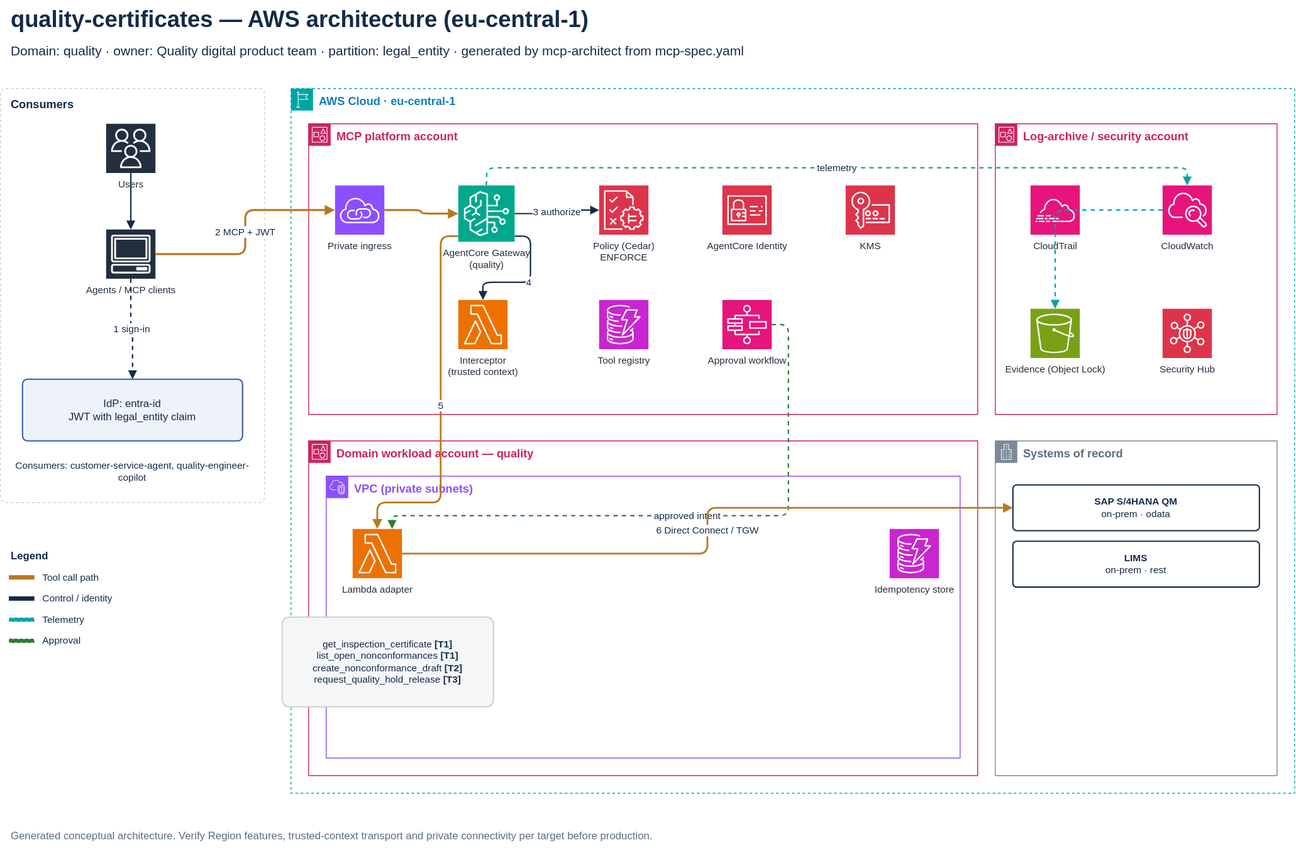
The draw.io diagram examples/industrial-quality-certificates/architecture.svg in KBoudich/agentcore-mcp-governance, before a commit. Source tidied: cells renumbered, new cells last; positions are measured from the earlier drawing's top-left corner, leaving out a move shared by most shapes.
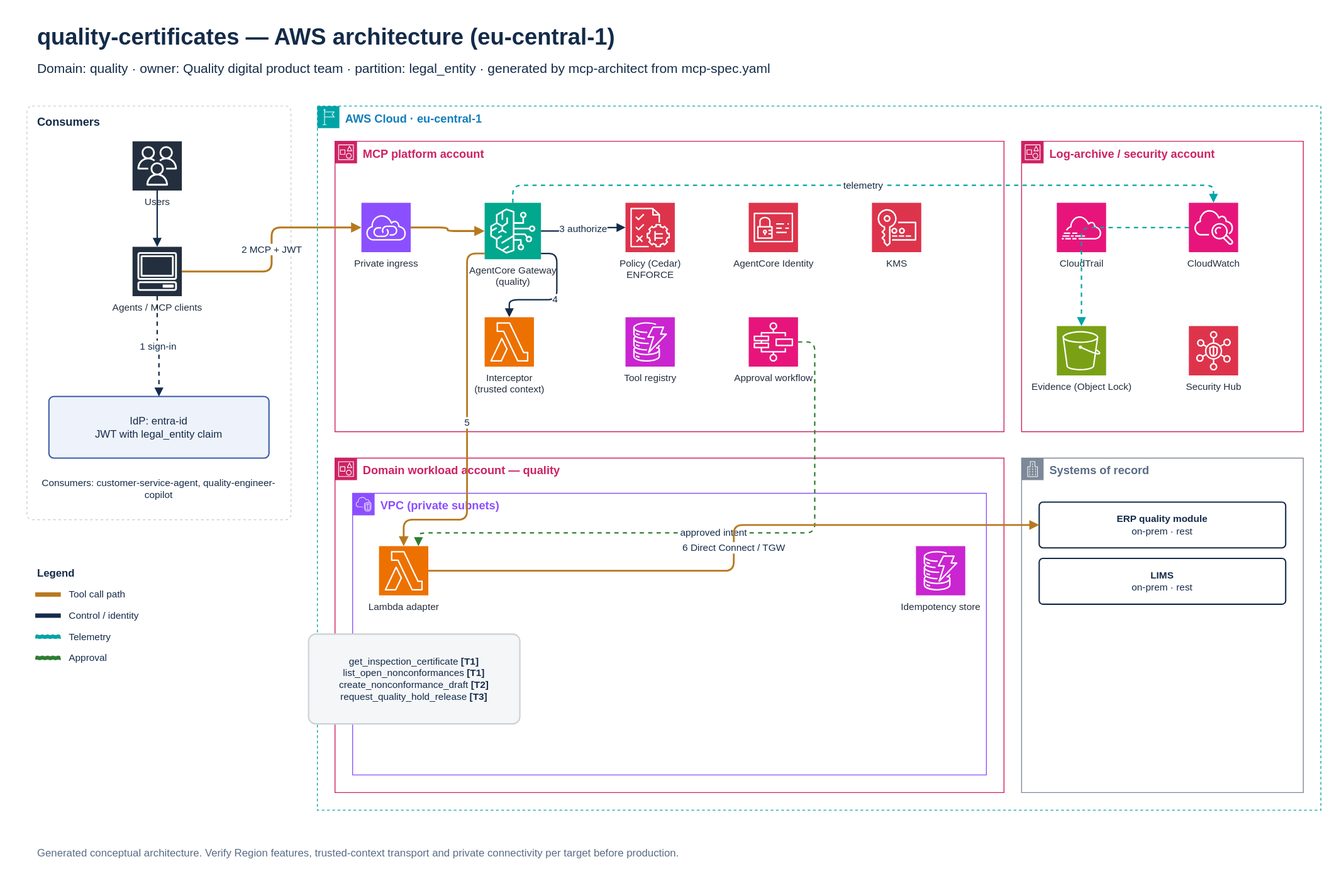
The same diagram one commit later.

Diff of the diagram source:
```diff
@@ -2,6 +2,9 @@
   <root>
     <mxCell id="0" />
     <mxCell id="1" parent="0" />
+    <mxCell id="53" style="rounded=0;html=1;fillColor=#FFFFFF;strokeColor=none;" parent="1" vertex="1">
+      <mxGeometry x="-30" y="-20" width="1520" height="1000" as="geometry" />
+    </mxCell>
     <mxCell id="2" value="quality-certificates — AWS architecture (eu-central-1)" style="text;html=1;whiteSpace=wrap;strokeColor=none;fillColor=none;align=left;verticalAlign=middle;fontFamily=Helvetica;fontSize=26;fontColor=#142B49;fontStyle=1;" parent="1" vertex="1">
       <mxGeometry x="10" width="1440" height="44" as="geometry" />
     </mxCell>
@@ -142,7 +145,7 @@
     <mxCell id="40" value="Systems of record" style="gradientColor=none;html=1;whiteSpace=wrap;fontSize=13;fontStyle=1;shape=mxgraph.aws4.group;fillColor=none;verticalAlign=top;align=left;spacingLeft=30;fontFamily=Helvetica;grIcon=mxgraph.aws4.group_corporate_data_center;strokeColor=#7D8998;fontColor=#5A6C86;dashed=0;" parent="1" vertex="1">
       <mxGeometry x="1130" y="500" width="320" height="380" as="geometry" />
     </mxCell>
-    <mxCell id="41" value="&lt;b&gt;SAP S/4HANA QM&lt;/b&gt;&lt;br&gt;on-prem · odata" style="rounded=1;arcSize=8;whiteSpace=wrap;html=1;fillColor=#FFFFFF;strokeColor=#142B49;strokeWidth=1.5;fontFamily=Helvetica;fontSize=11;fontColor=#142B49;fontStyle=0;dashed=0;align=center;spacing=6;" parent="1" vertex="1">
+    <mxCell id="41" value="&lt;b&gt;ERP quality module&lt;/b&gt;&lt;br&gt;on-prem · rest" style="rounded=1;arcSize=8;whiteSpace=wrap;html=1;fillColor=#FFFFFF;strokeColor=#142B49;strokeWidth=1.5;fontFamily=Helvetica;fontSize=11;fontColor=#142B49;fontStyle=0;dashed=0;align=center;spacing=6;" parent="1" vertex="1">
       <mxGeometry x="1150" y="550" width="280" height="52" as="geometry" />
     </mxCell>
     <mxCell id="42" value="&lt;b&gt;LIMS&lt;/b&gt;&lt;br&gt;on-prem · rest" style="rounded=1;arcSize=8;whiteSpace=wrap;html=1;fillColor=#FFFFFF;strokeColor=#142B49;strokeWidth=1.5;fontFamily=Helvetica;fontSize=11;fontColor=#142B49;fontStyle=0;dashed=0;align=center;spacing=6;" parent="1" vertex="1">
```
